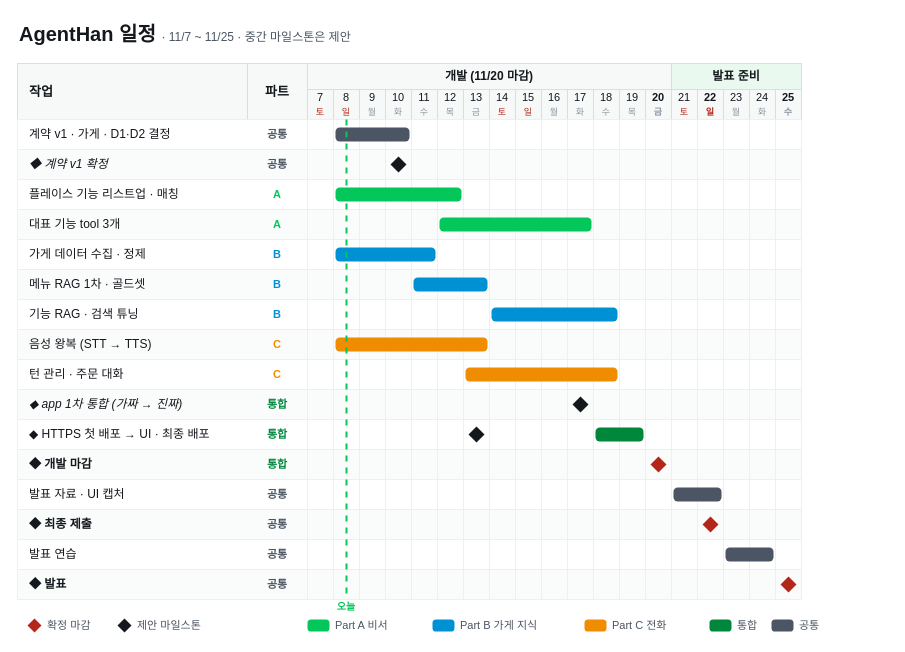
The draw.io diagram docs/diagrams/07-schedule.drawio in Happ11quokka/AgentHan, before the edit. Source tidied: cells renumbered, new cells numbered last; positions are measured from the earlier drawing's top-left corner, leaving out a move shared by most shapes. Both pictures are drawn from the tidied source at 100%, with x=0, y=0 at pixel (17, 17).
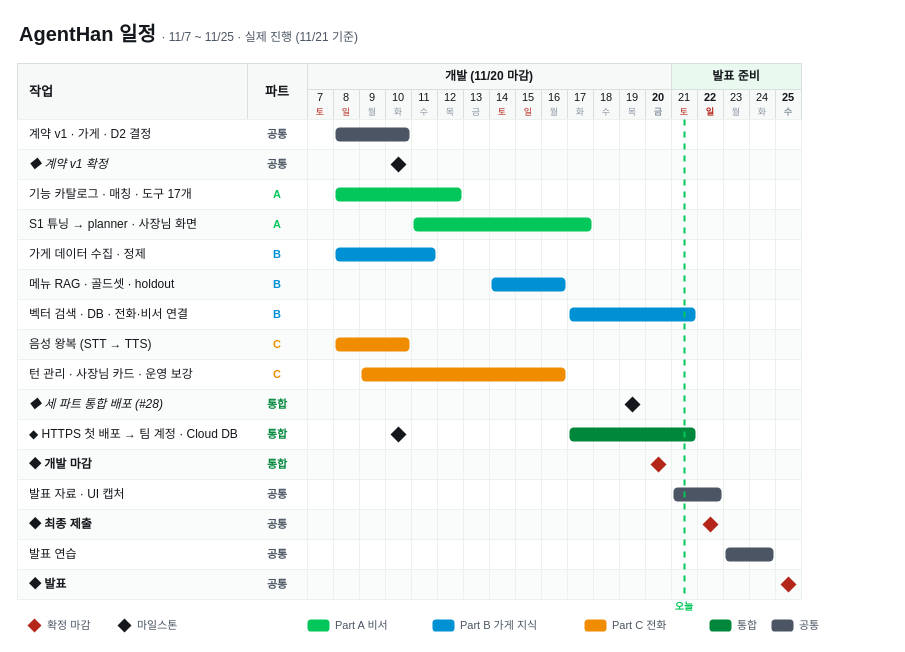
Above is the later version.

What changed in the source:
```diff
@@
-    <mxCell id="2" value="&lt;b&gt;AgentHan 일정&lt;/b&gt;  &lt;span style='font-size:12px;color:#4B5563'&gt;· 11/7 ~ 11/25 · 중간 마일스톤은 제안&lt;/span&gt;" style="fontFamily=Pretendard;text;fontSize=20;fontColor=#14171C;align=left;verticalAlign=middle;html=1;whiteSpace=wrap;" parent="1" vertex="1">
+    <mxCell id="2" value="&lt;b&gt;AgentHan 일정&lt;/b&gt;  &lt;span style='font-size:12px;color:#4B5563'&gt;· 11/7 ~ 11/25 · 실제 진행 (11/21 기준)&lt;/span&gt;" style="fontFamily=Pretendard;text;fontSize=20;fontColor=#14171C;align=left;verticalAlign=middle;whiteSpace=wrap;html=1;" parent="1" vertex="1">
       <mxGeometry width="700" height="32" as="geometry" />
     </mxCell>
@@
-    <mxCell id="62" value="계약 v1 · 가게 · D1·D2 결정" style="fontFamily=Pretendard;text;fontSize=12;fontColor=#14171C;align=left;verticalAlign=middle;spacingLeft=10;html=1;whiteSpace=wrap;" parent="1" vertex="1">
+    <mxCell id="62" value="계약 v1 · 가게 · D2 결정" style="fontFamily=Pretendard;text;fontSize=12;fontColor=#14171C;align=left;verticalAlign=middle;spacingLeft=10;whiteSpace=wrap;html=1;" parent="1" vertex="1">
       <mxGeometry y="102" width="230" height="30" as="geometry" />
     </mxCell>
@@
-    <mxCell id="68" value="플레이스 기능 리스트업 · 매칭" style="fontFamily=Pretendard;text;fontSize=12;fontColor=#14171C;align=left;verticalAlign=middle;spacingLeft=10;html=1;whiteSpace=wrap;" parent="1" vertex="1">
+    <mxCell id="68" value="기능 카탈로그 · 매칭 · 도구 17개" style="fontFamily=Pretendard;text;fontSize=12;fontColor=#14171C;align=left;verticalAlign=middle;spacingLeft=10;whiteSpace=wrap;html=1;" parent="1" vertex="1">
       <mxGeometry y="162" width="230" height="30" as="geometry" />
     </mxCell>
@@
-    <mxCell id="71" value="대표 기능 tool 3개" style="fontFamily=Pretendard;text;fontSize=12;fontColor=#14171C;align=left;verticalAlign=middle;spacingLeft=10;html=1;whiteSpace=wrap;" parent="1" vertex="1">
+    <mxCell id="71" value="S1 튜닝 → planner · 사장님 화면" style="fontFamily=Pretendard;text;fontSize=12;fontColor=#14171C;align=left;verticalAlign=middle;spacingLeft=10;whiteSpace=wrap;html=1;" parent="1" vertex="1">
       <mxGeometry y="192" width="230" height="30" as="geometry" />
     </mxCell>
@@
-    <mxCell id="73" style="rounded=1;arcSize=30;fillColor=#03C75A;strokeColor=none;html=1;whiteSpace=wrap;" parent="1" vertex="1">
-      <mxGeometry x="422" y="200" width="152" height="14" as="geometry" />
+    <mxCell id="73" style="rounded=1;arcSize=30;fillColor=#03C75A;strokeColor=none;whiteSpace=wrap;html=1;" parent="1" vertex="1">
+      <mxGeometry x="396" y="200" width="178" height="14" as="geometry" />
     </mxCell>
@@
-    <mxCell id="77" value="메뉴 RAG 1차 · 골드셋" style="fontFamily=Pretendard;text;fontSize=12;fontColor=#14171C;align=left;verticalAlign=middle;spacingLeft=10;html=1;whiteSpace=wrap;" parent="1" vertex="1">
+    <mxCell id="77" value="메뉴 RAG · 골드셋 · holdout" style="fontFamily=Pretendard;text;fontSize=12;fontColor=#14171C;align=left;verticalAlign=middle;spacingLeft=10;whiteSpace=wrap;html=1;" parent="1" vertex="1">
       <mxGeometry y="252" width="230" height="30" as="geometry" />
     </mxCell>
@@
-    <mxCell id="79" style="rounded=1;arcSize=30;fillColor=#0091D5;strokeColor=none;html=1;whiteSpace=wrap;" parent="1" vertex="1">
-      <mxGeometry x="396" y="260" width="74" height="14" as="geometry" />
+    <mxCell id="79" style="rounded=1;arcSize=30;fillColor=#0091D5;strokeColor=none;whiteSpace=wrap;html=1;" parent="1" vertex="1">
+      <mxGeometry x="474" y="260" width="74" height="14" as="geometry" />
     </mxCell>
-    <mxCell id="80" value="기능 RAG · 검색 튜닝" style="fontFamily=Pretendard;text;fontSize=12;fontColor=#14171C;align=left;verticalAlign=middle;spacingLeft=10;html=1;whiteSpace=wrap;" parent="1" vertex="1">
+    <mxCell id="80" value="벡터 검색 · DB · 전화·비서 연결" style="fontFamily=Pretendard;text;fontSize=12;fontColor=#14171C;align=left;verticalAlign=middle;spacingLeft=10;whiteSpace=wrap;html=1;" parent="1" vertex="1">
       <mxGeometry y="282" width="230" height="30" as="geometry" />
     </mxCell>
@@
-    <mxCell id="82" style="rounded=1;arcSize=30;fillColor=#0091D5;strokeColor=none;html=1;whiteSpace=wrap;" parent="1" vertex="1">
-      <mxGeometry x="474" y="290" width="126" height="14" as="geometry" />
+    <mxCell id="82" style="rounded=1;arcSize=30;fillColor=#0091D5;strokeColor=none;whiteSpace=wrap;html=1;" parent="1" vertex="1">
+      <mxGeometry x="552" y="290" width="126" height="14" as="geometry" />
     </mxCell>
@@
-    <mxCell id="85" style="rounded=1;arcSize=30;fillColor=#F08C00;strokeColor=none;html=1;whiteSpace=wrap;" parent="1" vertex="1">
-      <mxGeometry x="318" y="320" width="152" height="14" as="geometry" />
+    <mxCell id="85" style="rounded=1;arcSize=30;fillColor=#F08C00;strokeColor=none;whiteSpace=wrap;html=1;" parent="1" vertex="1">
+      <mxGeometry x="318" y="320" width="74" height="14" as="geometry" />
     </mxCell>
-    <mxCell id="86" value="턴 관리 · 주문 대화" style="fontFamily=Pretendard;text;fontSize=12;fontColor=#14171C;align=left;verticalAlign=middle;spacingLeft=10;html=1;whiteSpace=wrap;" parent="1" vertex="1">
+    <mxCell id="86" value="턴 관리 · 사장님 카드 · 운영 보강" style="fontFamily=Pretendard;text;fontSize=12;fontColor=#14171C;align=left;verticalAlign=middle;spacingLeft=10;whiteSpace=wrap;html=1;" parent="1" vertex="1">
       <mxGeometry y="342" width="230" height="30" as="geometry" />
     </mxCell>
@@
-    <mxCell id="88" style="rounded=1;arcSize=30;fillColor=#F08C00;strokeColor=none;html=1;whiteSpace=wrap;" parent="1" vertex="1">
-      <mxGeometry x="448" y="350" width="152" height="14" as="geometry" />
+    <mxCell id="88" style="rounded=1;arcSize=30;fillColor=#F08C00;strokeColor=none;whiteSpace=wrap;html=1;" parent="1" vertex="1">
+      <mxGeometry x="344" y="350" width="204" height="14" as="geometry" />
     </mxCell>
-    <mxCell id="89" value="◆ app 1차 통합 (가짜 → 진짜)" style="fontFamily=Pretendard;text;fontSize=12;fontColor=#14171C;align=left;verticalAlign=middle;spacingLeft=10;fontStyle=2;html=1;whiteSpace=wrap;" parent="1" vertex="1">
+    <mxCell id="89" value="◆ 세 파트 통합 배포 (#28)" style="fontFamily=Pretendard;text;fontSize=12;fontColor=#14171C;align=left;verticalAlign=middle;spacingLeft=10;fontStyle=2;whiteSpace=wrap;html=1;" parent="1" vertex="1">
       <mxGeometry y="372" width="230" height="30" as="geometry" />
     </mxCell>
@@
-    <mxCell id="91" style="rhombus;fillColor=#14171C;strokeColor=none;html=1;whiteSpace=wrap;" parent="1" vertex="1">
-      <mxGeometry x="555" y="379" width="16" height="16" as="geometry" />
+    <mxCell id="91" style="rhombus;fillColor=#14171C;strokeColor=none;whiteSpace=wrap;html=1;" parent="1" vertex="1">
+      <mxGeometry x="607" y="379" width="16" height="16" as="geometry" />
     </mxCell>
-    <mxCell id="92" value="◆ HTTPS 첫 배포 → UI · 최종 배포" style="fontFamily=Pretendard;text;fontSize=12;fontColor=#14171C;align=left;verticalAlign=middle;spacingLeft=10;html=1;whiteSpace=wrap;" parent="1" vertex="1">
+    <mxCell id="92" value="◆ HTTPS 첫 배포 → 팀 계정 · Cloud DB" style="fontFamily=Pretendard;text;fontSize=12;fontColor=#14171C;align=left;verticalAlign=middle;spacingLeft=10;whiteSpace=wrap;html=1;" parent="1" vertex="1">
       <mxGeometry y="402" width="230" height="30" as="geometry" />
     </mxCell>
@@
-    <mxCell id="94" style="rounded=1;arcSize=30;fillColor=#00873C;strokeColor=none;html=1;whiteSpace=wrap;" parent="1" vertex="1">
-      <mxGeometry x="578" y="410" width="48" height="14" as="geometry" />
+    <mxCell id="94" style="rounded=1;arcSize=30;fillColor=#00873C;strokeColor=none;whiteSpace=wrap;html=1;" parent="1" vertex="1">
+      <mxGeometry x="552" y="410" width="126" height="14" as="geometry" />
     </mxCell>
@@
     <mxCell id="110" style="endArrow=none;strokeColor=#03C75A;strokeWidth=2;dashed=1;html=1;" parent="1" edge="1">
       <mxGeometry relative="1" as="geometry">
-        <mxPoint x="329" y="102" as="sourcePoint" />
-        <mxPoint x="329" y="582" as="targetPoint" />
+        <mxPoint x="667" y="102" as="sourcePoint" />
+        <mxPoint x="667" y="582" as="targetPoint" />
       </mxGeometry>
     </mxCell>
@@
-    <mxCell id="124" value="제안 마일스톤" style="fontFamily=Pretendard;text;fontSize=11;fontColor=#4B5563;align=left;verticalAlign=middle;html=1;whiteSpace=wrap;" parent="1" vertex="1">
+    <mxCell id="124" value="마일스톤" style="fontFamily=Pretendard;text;fontSize=11;fontColor=#4B5563;align=left;verticalAlign=middle;whiteSpace=wrap;html=1;" parent="1" vertex="1">
       <mxGeometry x="118" y="598" width="90" height="20" as="geometry" />
     </mxCell>
-    <mxCell id="125" value="오늘" style="fontFamily=Pretendard;text;fontSize=10;fontColor=#03C75A;fontStyle=1;align=center;verticalAlign=middle;html=1;whiteSpace=wrap;" parent="1" vertex="1">
-      <mxGeometry x="314" y="582" width="30" height="14" as="geometry" />
+    <mxCell id="125" value="오늘" style="fontFamily=Pretendard;text;fontSize=10;fontColor=#03C75A;fontStyle=1;align=center;verticalAlign=middle;whiteSpace=wrap;html=1;" parent="1" vertex="1">
+      <mxGeometry x="652" y="582" width="30" height="14" as="geometry" />
     </mxCell>
-    <mxCell id="126" style="rhombus;fillColor=#14171C;strokeColor=none;html=1;whiteSpace=wrap;" parent="1" vertex="1">
-      <mxGeometry x="451" y="409" width="16" height="16" as="geometry" />
+    <mxCell id="126" style="rhombus;fillColor=#14171C;strokeColor=none;whiteSpace=wrap;html=1;" parent="1" vertex="1">
+      <mxGeometry x="373" y="409" width="16" height="16" as="geometry" />
     </mxCell>
```
